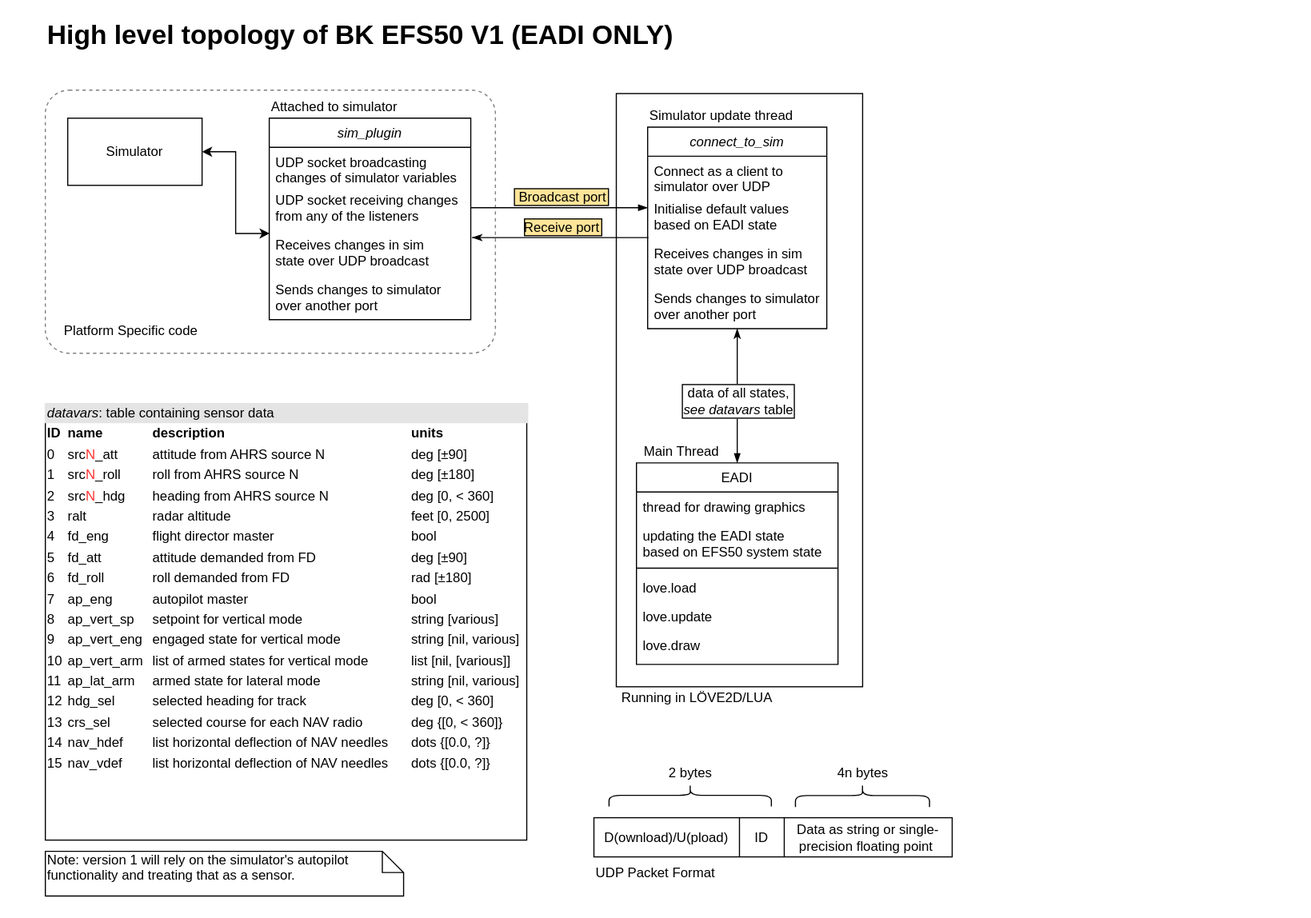
Earlier version of the draw.io export res/BK EFS V1 (EADI).svg (flightmansam/BK_EFS_50). Source tidied: cells renumbered, new cells last; positions are measured from the earlier drawing's top-left corner, leaving out a move shared by most shapes.
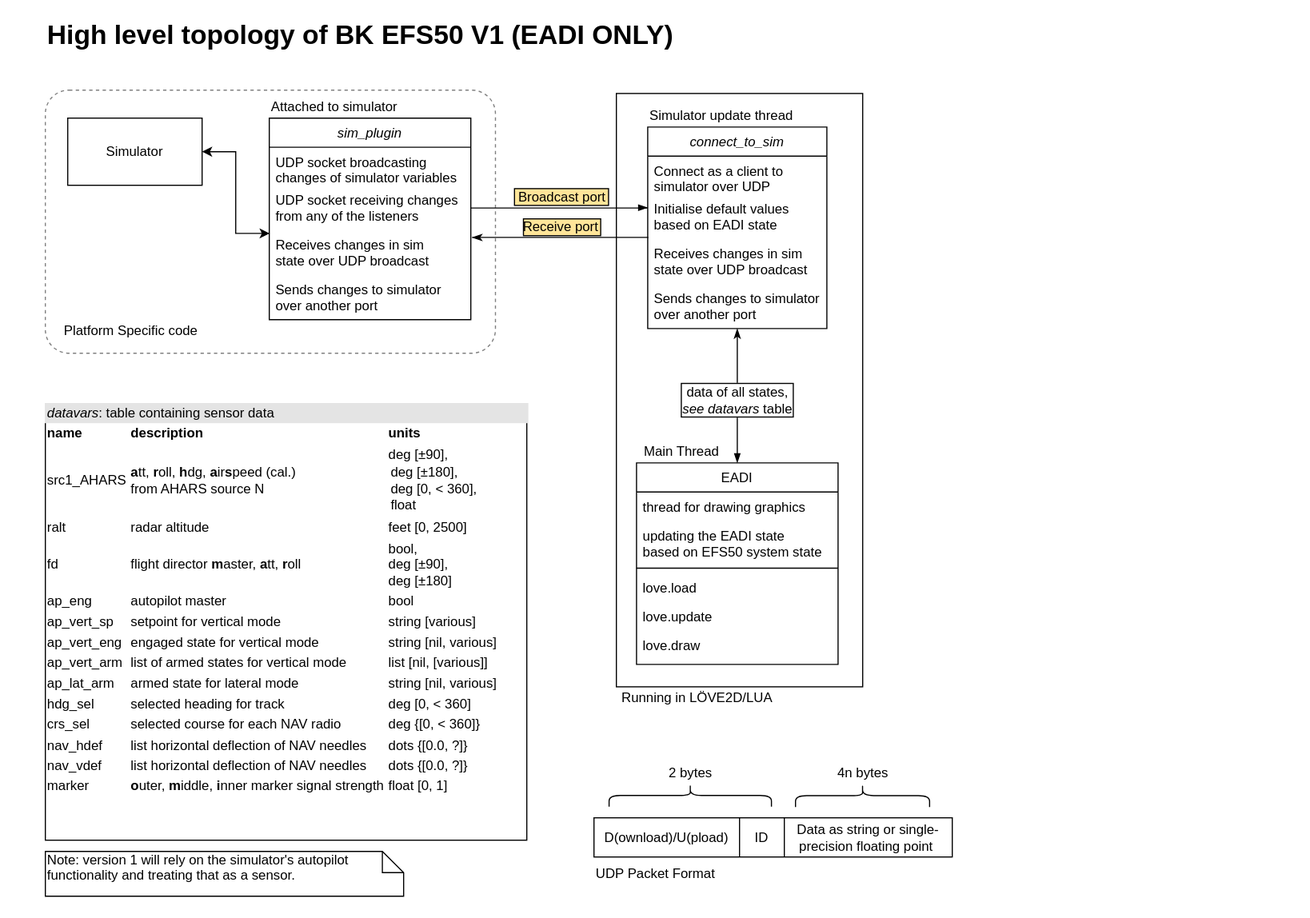
After the commit.

The edit, as a diff of the source:
```diff
@@ -8,7 +8,7 @@
     <mxCell id="3" style="rounded=1;whiteSpace=wrap;html=1;align=left;dashed=1;fillColor=none;arcSize=9;strokeColor=#808080;" parent="1" vertex="1">
       <mxGeometry x="40" y="80" width="402" height="235" as="geometry" />
     </mxCell>
-    <mxCell id="4" value="&lt;div style=&quot;box-sizing: border-box ; width: 100% ; background: #e4e4e4 ; padding: 2px&quot;&gt;&lt;i&gt;datavars&lt;/i&gt;: table containing sensor data&lt;br&gt;&lt;/div&gt;&lt;table style=&quot;width: 100% ; font-size: 1em&quot; cellpadding=&quot;2&quot; cellspacing=&quot;0&quot;&gt;&lt;tbody&gt;&lt;tr&gt;&lt;td&gt;&lt;b&gt;ID&lt;/b&gt;&lt;/td&gt;&lt;td&gt;&lt;b&gt;name&lt;/b&gt;&lt;/td&gt;&lt;td&gt;&lt;b&gt;description&lt;/b&gt;&lt;/td&gt;&lt;td&gt;&lt;b&gt;units&lt;/b&gt;&lt;/td&gt;&lt;/tr&gt;&lt;tr&gt;&lt;td&gt;0&lt;/td&gt;&lt;td&gt;src&lt;font color=&quot;#ff3333&quot;&gt;N&lt;/font&gt;_att&lt;/td&gt;&lt;td&gt;attitude from AHRS&amp;nbsp;source N&lt;br&gt;&lt;/td&gt;&lt;td&gt;deg [±90]&lt;/td&gt;&lt;/tr&gt;&lt;tr&gt;&lt;td&gt;1&lt;/td&gt;&lt;td&gt;src&lt;font color=&quot;#ff3333&quot;&gt;N&lt;/font&gt;_roll&lt;br&gt;&lt;/td&gt;&lt;td&gt;roll from AHRS&amp;nbsp;source N&lt;br&gt;&lt;/td&gt;&lt;td&gt;deg [±180]&lt;br&gt;&lt;/td&gt;&lt;/tr&gt;&lt;tr&gt;&lt;td&gt;2&lt;/td&gt;&lt;td&gt;src&lt;span style=&quot;color: rgb(255 , 51 , 51)&quot;&gt;N&lt;/span&gt;_hdg&lt;/td&gt;&lt;td&gt;heading from AHRS&amp;nbsp;source N&lt;/td&gt;&lt;td&gt;deg [0, &amp;lt; 360]&lt;/td&gt;&lt;/tr&gt;&lt;tr&gt;&lt;td&gt;3&lt;/td&gt;&lt;td&gt;ralt&lt;/td&gt;&lt;td&gt;radar altitude&lt;/td&gt;&lt;td&gt;feet [0, 2500]&lt;/td&gt;&lt;/tr&gt;&lt;tr&gt;&lt;td&gt;4&lt;/td&gt;&lt;td&gt;fd_eng&lt;br&gt;&lt;/td&gt;&lt;td&gt;flight director master&lt;/td&gt;&lt;td&gt;bool&lt;/td&gt;&lt;/tr&gt;&lt;tr&gt;&lt;td&gt;5&lt;/td&gt;&lt;td&gt;fd_att&lt;/td&gt;&lt;td&gt;attitude demanded from FD&lt;br&gt;&lt;/td&gt;&lt;td&gt;deg [±90]&lt;br&gt;&lt;/td&gt;&lt;/tr&gt;&lt;tr&gt;&lt;td&gt;6&lt;/td&gt;&lt;td&gt;fd_roll&lt;/td&gt;&lt;td&gt;roll demanded from FD&lt;br&gt;&lt;/td&gt;&lt;td&gt;rad [±180]&lt;br&gt;&lt;/td&gt;&lt;/tr&gt;&lt;tr&gt;&lt;td&gt;7&lt;/td&gt;&lt;td&gt;ap_eng&lt;/td&gt;&lt;td&gt;autopilot master&lt;/td&gt;&lt;td&gt;bool&amp;nbsp;&lt;/td&gt;&lt;/tr&gt;&lt;tr&gt;&lt;td&gt;8&lt;/td&gt;&lt;td&gt;ap_vert_sp&lt;/td&gt;&lt;td&gt;setpoint for vertical mode&lt;/td&gt;&lt;td&gt;string [various]&lt;/td&gt;&lt;/tr&gt;&lt;tr&gt;&lt;td&gt;9&lt;/td&gt;&lt;td&gt;ap_vert_eng&lt;/td&gt;&lt;td&gt;engaged state for vertical mode&lt;/td&gt;&lt;td&gt;string [nil, various]&lt;br&gt;&lt;/td&gt;&lt;/tr&gt;&lt;tr&gt;&lt;td&gt;10&lt;/td&gt;&lt;td&gt;ap_vert_arm&lt;/td&gt;&lt;td&gt;list of armed states for vertical mode&lt;br&gt;&lt;/td&gt;&lt;td&gt;list [nil, [various]]&lt;/td&gt;&lt;/tr&gt;&lt;tr&gt;&lt;td&gt;11&lt;/td&gt;&lt;td&gt;ap_lat_arm&lt;/td&gt;&lt;td&gt;armed state for lateral mode&lt;br&gt;&lt;/td&gt;&lt;td&gt;string [nil, various]&lt;br&gt;&lt;/td&gt;&lt;/tr&gt;&lt;tr&gt;&lt;td&gt;12&lt;/td&gt;&lt;td&gt;hdg_sel&lt;/td&gt;&lt;td&gt;selected heading for track&lt;/td&gt;&lt;td&gt;deg [0, &amp;lt; 360]&lt;br&gt;&lt;/td&gt;&lt;/tr&gt;&lt;tr&gt;&lt;td&gt;13&lt;/td&gt;&lt;td&gt;crs_sel&lt;/td&gt;&lt;td&gt;selected course for each NAV radio&lt;/td&gt;&lt;td&gt;deg {[0, &amp;lt; 360]}&lt;br&gt;&lt;/td&gt;&lt;/tr&gt;&lt;tr&gt;&lt;td&gt;14&lt;/td&gt;&lt;td&gt;nav_hdef&lt;/td&gt;&lt;td&gt;list horizontal deflection of NAV needles&amp;nbsp;&lt;/td&gt;&lt;td&gt;dots {[0.0, ?]}&lt;/td&gt;&lt;/tr&gt;&lt;tr&gt;&lt;td&gt;15&lt;/td&gt;&lt;td&gt;nav_vdef&lt;/td&gt;&lt;td&gt;list horizontal deflection of NAV needles&lt;br&gt;&lt;/td&gt;&lt;td&gt;dots {[0.0, ?]}&lt;br&gt;&lt;/td&gt;&lt;/tr&gt;&lt;tr&gt;&lt;td&gt;&lt;br&gt;&lt;/td&gt;&lt;td&gt;&lt;br&gt;&lt;/td&gt;&lt;td&gt;&lt;br&gt;&lt;/td&gt;&lt;td&gt;&lt;br&gt;&lt;/td&gt;&lt;/tr&gt;&lt;tr&gt;&lt;td&gt;&lt;br&gt;&lt;/td&gt;&lt;td&gt;&lt;br&gt;&lt;/td&gt;&lt;td&gt;&lt;br&gt;&lt;/td&gt;&lt;td&gt;&lt;br&gt;&lt;/td&gt;&lt;/tr&gt;&lt;/tbody&gt;&lt;/table&gt;" style="verticalAlign=top;align=left;overflow=fill;html=1;" parent="1" vertex="1">
+    <mxCell id="4" value="&lt;div style=&quot;box-sizing: border-box ; width: 100% ; background: #e4e4e4 ; padding: 2px&quot;&gt;&lt;i&gt;datavars&lt;/i&gt;: table containing sensor data&lt;br&gt;&lt;/div&gt;&lt;table style=&quot;width: 100% ; font-size: 1em&quot; cellpadding=&quot;2&quot; cellspacing=&quot;0&quot;&gt;&lt;tbody&gt;&lt;tr&gt;&lt;td&gt;&lt;b&gt;name&lt;/b&gt;&lt;/td&gt;&lt;td&gt;&lt;b&gt;description&lt;/b&gt;&lt;/td&gt;&lt;td&gt;&lt;b&gt;units&lt;/b&gt;&lt;/td&gt;&lt;/tr&gt;&lt;tr&gt;&lt;td&gt;src1_AHARS&lt;/td&gt;&lt;td&gt;&lt;b&gt;a&lt;/b&gt;tt, &lt;b&gt;r&lt;/b&gt;oll,&amp;nbsp;&lt;b&gt;h&lt;/b&gt;dg, &lt;b&gt;a&lt;/b&gt;ir&lt;b&gt;s&lt;/b&gt;peed (cal.) &lt;br&gt;from AHARS&amp;nbsp;source N&lt;br&gt;&lt;/td&gt;&lt;td&gt;deg [±90],&amp;nbsp;&lt;table cellpadding=&quot;2&quot; cellspacing=&quot;0&quot; style=&quot;font-size: 1em ; width: 433.636px&quot;&gt;&lt;tbody&gt;&lt;tr&gt;&lt;td&gt;deg [±180], &lt;br&gt;deg [0, &amp;lt; 360],&lt;br&gt;float&lt;/td&gt;&lt;/tr&gt;&lt;/tbody&gt;&lt;/table&gt;&lt;/td&gt;&lt;/tr&gt;&lt;tr&gt;&lt;td&gt;ralt&lt;/td&gt;&lt;td&gt;radar altitude&lt;/td&gt;&lt;td&gt;feet [0, 2500]&lt;/td&gt;&lt;/tr&gt;&lt;tr&gt;&lt;td&gt;fd&lt;/td&gt;&lt;td&gt;flight director &lt;b&gt;m&lt;/b&gt;aster, &lt;b&gt;a&lt;/b&gt;tt, &lt;b&gt;r&lt;/b&gt;oll&lt;/td&gt;&lt;td&gt;bool,&lt;br&gt;deg [±90],&lt;br&gt;deg [±180]&lt;br&gt;&lt;/td&gt;&lt;/tr&gt;&lt;tr&gt;&lt;td&gt;ap_eng&lt;/td&gt;&lt;td&gt;autopilot master&lt;/td&gt;&lt;td&gt;bool&amp;nbsp;&lt;/td&gt;&lt;/tr&gt;&lt;tr&gt;&lt;td&gt;ap_vert_sp&lt;/td&gt;&lt;td&gt;setpoint for vertical mode&lt;/td&gt;&lt;td&gt;string [various]&lt;/td&gt;&lt;/tr&gt;&lt;tr&gt;&lt;td&gt;ap_vert_eng&lt;/td&gt;&lt;td&gt;engaged state for vertical mode&lt;/td&gt;&lt;td&gt;string [nil, various]&lt;br&gt;&lt;/td&gt;&lt;/tr&gt;&lt;tr&gt;&lt;td&gt;ap_vert_arm&lt;/td&gt;&lt;td&gt;list of armed states for vertical mode&lt;br&gt;&lt;/td&gt;&lt;td&gt;list [nil, [various]]&lt;/td&gt;&lt;/tr&gt;&lt;tr&gt;&lt;td&gt;ap_lat_arm&lt;/td&gt;&lt;td&gt;armed state for lateral mode&lt;br&gt;&lt;/td&gt;&lt;td&gt;string [nil, various]&lt;br&gt;&lt;/td&gt;&lt;/tr&gt;&lt;tr&gt;&lt;td&gt;hdg_sel&lt;/td&gt;&lt;td&gt;selected heading for track&lt;/td&gt;&lt;td&gt;deg [0, &amp;lt; 360]&lt;br&gt;&lt;/td&gt;&lt;/tr&gt;&lt;tr&gt;&lt;td&gt;crs_sel&lt;/td&gt;&lt;td&gt;selected course for each NAV radio&lt;/td&gt;&lt;td&gt;deg {[0, &amp;lt; 360]}&lt;br&gt;&lt;/td&gt;&lt;/tr&gt;&lt;tr&gt;&lt;td&gt;nav_hdef&lt;/td&gt;&lt;td&gt;list horizontal deflection of NAV needles&amp;nbsp;&lt;/td&gt;&lt;td&gt;dots {[0.0, ?]}&lt;/td&gt;&lt;/tr&gt;&lt;tr&gt;&lt;td&gt;nav_vdef&lt;/td&gt;&lt;td&gt;list horizontal deflection of NAV needles&lt;br&gt;&lt;/td&gt;&lt;td&gt;dots {[0.0, ?]}&lt;br&gt;&lt;/td&gt;&lt;/tr&gt;&lt;tr&gt;&lt;td&gt;marker&lt;/td&gt;&lt;td&gt;&lt;b&gt;o&lt;/b&gt;uter, &lt;b&gt;m&lt;/b&gt;iddle, &lt;b&gt;i&lt;/b&gt;nner marker signal strength&lt;/td&gt;&lt;td&gt;float [0, 1]&lt;/td&gt;&lt;/tr&gt;&lt;tr&gt;&lt;td&gt;&lt;br&gt;&lt;/td&gt;&lt;td&gt;&lt;br&gt;&lt;/td&gt;&lt;td&gt;&lt;br&gt;&lt;/td&gt;&lt;/tr&gt;&lt;/tbody&gt;&lt;/table&gt;" style="verticalAlign=top;align=left;overflow=fill;html=1;" parent="1" vertex="1">
       <mxGeometry x="40" y="360" width="430" height="390" as="geometry" />
     </mxCell>
     <mxCell id="5" value="Note: version 1 will rely on the simulator's autopilot functionality and treating that as a sensor." style="shape=note;whiteSpace=wrap;html=1;size=19;verticalAlign=top;align=left;spacingTop=-6;" parent="1" vertex="1">
```
